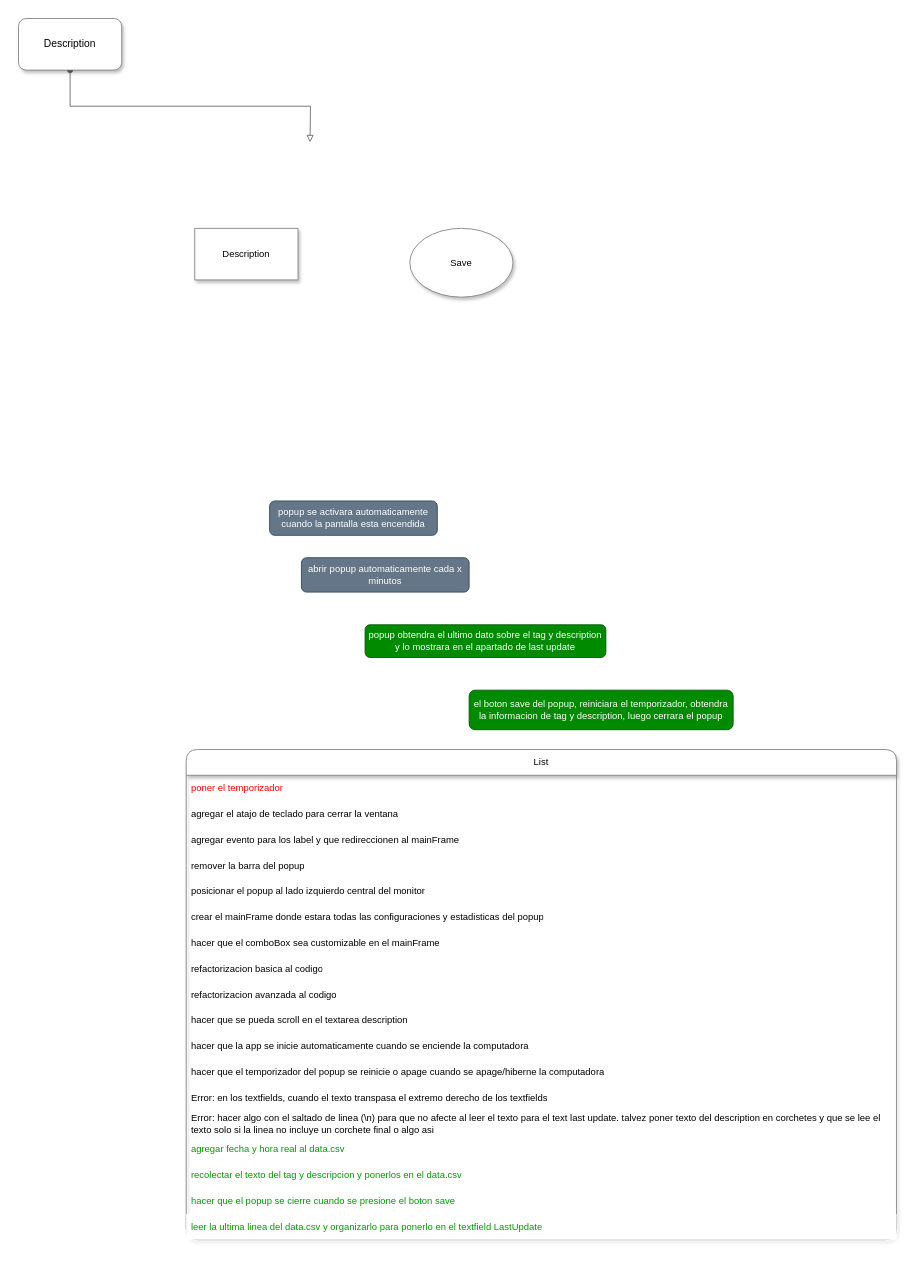
Earlier version of the draw.io diagram page "Page-1" (2 of 2) of Track your time diagram.drawio (GutengMorgen/Track-your-time). Source tidied: cells renumbered, new cells numbered last; positions are measured from the earlier drawing's top-left corner, leaving out a move shared by most shapes. Both pictures are drawn from the tidied source at 86%, with x=0, y=0 at pixel (18, 18).
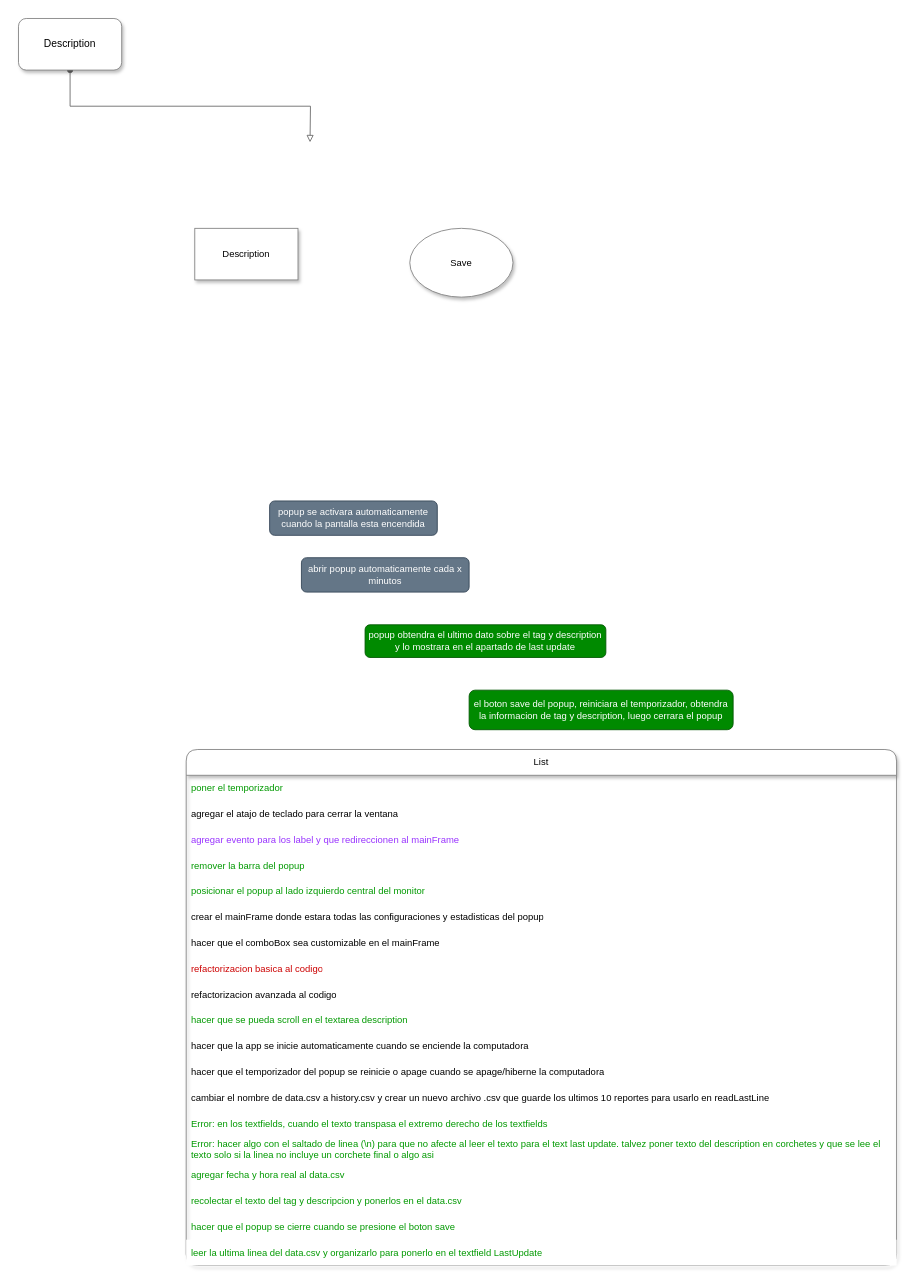
After the change.

Change to the diagram source:
```diff
@@
     <mxCell id="10" value="List" style="swimlane;fontStyle=0;horizontal=1;startSize=30;whiteSpace=wrap;html=1;rounded=1;shadow=1;strokeColor=#808080;fontFamily=Helvetica;fontSize=11;fontColor=default;fillColor=default;" parent="1" vertex="1">
-      <mxGeometry x="195" y="850" width="826" height="570" as="geometry" />
+      <mxGeometry x="195" y="850" width="826" height="600" as="geometry" />
     </mxCell>
-    <mxCell id="11" value="poner el temporizador" style="text;strokeColor=none;fillColor=none;align=left;verticalAlign=middle;spacingLeft=4;spacingRight=4;overflow=hidden;whiteSpace=wrap;html=1;fontSize=11;fontFamily=Helvetica;fontColor=#FF0000;" parent="10" vertex="1">
+    <mxCell id="11" value="poner el temporizador" style="text;strokeColor=none;fillColor=none;align=left;verticalAlign=middle;spacingLeft=4;spacingRight=4;overflow=hidden;whiteSpace=wrap;html=1;fontSize=11;fontFamily=Helvetica;fontColor=#009900;" parent="10" vertex="1">
       <mxGeometry y="30" width="826" height="30" as="geometry" />
     </mxCell>
@@
-    <mxCell id="13" value="agregar evento para los label y que redireccionen al mainFrame" style="text;strokeColor=none;fillColor=none;align=left;verticalAlign=middle;spacingLeft=4;spacingRight=4;overflow=hidden;whiteSpace=wrap;html=1;fontSize=11;fontFamily=Helvetica;fontColor=default;" parent="10" vertex="1">
+    <mxCell id="13" value="agregar evento para los label y que redireccionen al mainFrame" style="text;strokeColor=none;fillColor=none;align=left;verticalAlign=middle;spacingLeft=4;spacingRight=4;overflow=hidden;whiteSpace=wrap;html=1;fontSize=11;fontFamily=Helvetica;fontColor=#9933FF;" parent="10" vertex="1">
       <mxGeometry y="90" width="826" height="30" as="geometry" />
     </mxCell>
-    <mxCell id="14" value="remover la barra del popup" style="text;strokeColor=none;fillColor=none;align=left;verticalAlign=middle;spacingLeft=4;spacingRight=4;overflow=hidden;whiteSpace=wrap;html=1;fontSize=11;fontFamily=Helvetica;fontColor=default;" parent="10" vertex="1">
+    <mxCell id="14" value="remover la barra del popup" style="text;strokeColor=none;fillColor=none;align=left;verticalAlign=middle;spacingLeft=4;spacingRight=4;overflow=hidden;whiteSpace=wrap;html=1;fontSize=11;fontFamily=Helvetica;fontColor=#009900;" parent="10" vertex="1">
       <mxGeometry y="120" width="826" height="30" as="geometry" />
     </mxCell>
-    <mxCell id="15" value="posicionar el popup al lado izquierdo central del monitor" style="text;strokeColor=none;fillColor=none;align=left;verticalAlign=middle;spacingLeft=4;spacingRight=4;overflow=hidden;whiteSpace=wrap;html=1;fontSize=11;fontFamily=Helvetica;fontColor=default;" parent="10" vertex="1">
+    <mxCell id="15" value="posicionar el popup al lado izquierdo central del monitor" style="text;strokeColor=none;fillColor=none;align=left;verticalAlign=middle;spacingLeft=4;spacingRight=4;overflow=hidden;whiteSpace=wrap;html=1;fontSize=11;fontFamily=Helvetica;fontColor=#009900;" parent="10" vertex="1">
       <mxGeometry y="150" width="826" height="30" as="geometry" />
     </mxCell>
@@
-    <mxCell id="18" value="refactorizacion basica al codigo" style="text;strokeColor=none;fillColor=none;align=left;verticalAlign=middle;spacingLeft=4;spacingRight=4;overflow=hidden;whiteSpace=wrap;html=1;fontSize=11;fontFamily=Helvetica;fontColor=default;" parent="10" vertex="1">
+    <mxCell id="18" value="refactorizacion basica al codigo" style="text;strokeColor=none;fillColor=none;align=left;verticalAlign=middle;spacingLeft=4;spacingRight=4;overflow=hidden;whiteSpace=wrap;html=1;fontSize=11;fontFamily=Helvetica;fontColor=#CC0000;" parent="10" vertex="1">
       <mxGeometry y="240" width="826" height="30" as="geometry" />
     </mxCell>
@@
-    <mxCell id="20" value="hacer que se pueda scroll en el textarea description" style="text;strokeColor=none;fillColor=none;align=left;verticalAlign=middle;spacingLeft=4;spacingRight=4;overflow=hidden;whiteSpace=wrap;html=1;fontSize=11;fontFamily=Helvetica;fontColor=default;" parent="10" vertex="1">
+    <mxCell id="20" value="hacer que se pueda scroll en el textarea description" style="text;strokeColor=none;fillColor=none;align=left;verticalAlign=middle;spacingLeft=4;spacingRight=4;overflow=hidden;whiteSpace=wrap;html=1;fontSize=11;fontFamily=Helvetica;fontColor=#009900;" parent="10" vertex="1">
       <mxGeometry y="300" width="826" height="30" as="geometry" />
     </mxCell>
@@
+    <mxCell id="29" value="cambiar el nombre de data.csv a history.csv y crear un nuevo archivo .csv que guarde los ultimos 10 reportes para usarlo en readLastLine" style="text;strokeColor=none;fillColor=none;align=left;verticalAlign=middle;spacingLeft=4;spacingRight=4;overflow=hidden;whiteSpace=wrap;html=1;fontSize=11;fontFamily=Helvetica;fontColor=default;" parent="10" vertex="1">
+      <mxGeometry y="390" width="826" height="30" as="geometry" />
+    </mxCell>
-    <mxCell id="23" value="Error: en los textfields, cuando el texto transpasa el extremo derecho de los textfields" style="text;strokeColor=none;fillColor=none;align=left;verticalAlign=middle;spacingLeft=4;spacingRight=4;overflow=hidden;whiteSpace=wrap;html=1;fontSize=11;fontFamily=Helvetica;fontColor=default;" parent="10" vertex="1">
-      <mxGeometry y="390" width="826" height="30" as="geometry" />
+    <mxCell id="23" value="Error: en los textfields, cuando el texto transpasa el extremo derecho de los textfields" style="text;strokeColor=none;fillColor=none;align=left;verticalAlign=middle;spacingLeft=4;spacingRight=4;overflow=hidden;whiteSpace=wrap;html=1;fontSize=11;fontFamily=Helvetica;fontColor=#009900;" parent="10" vertex="1">
+      <mxGeometry y="420" width="826" height="30" as="geometry" />
     </mxCell>
-    <mxCell id="24" value="Error: hacer algo con el saltado de linea (\n) para que no afecte al leer el texto para el text last update. talvez poner texto del description en corchetes y que se lee el texto solo si la linea no incluye un corchete final o algo asi" style="text;strokeColor=none;fillColor=none;align=left;verticalAlign=middle;spacingLeft=4;spacingRight=4;overflow=hidden;whiteSpace=wrap;html=1;fontSize=11;fontFamily=Helvetica;fontColor=default;" parent="10" vertex="1">
-      <mxGeometry y="420" width="826" height="30" as="geometry" />
+    <mxCell id="24" value="Error: hacer algo con el saltado de linea (\n) para que no afecte al leer el texto para el text last update. talvez poner texto del description en corchetes y que se lee el texto solo si la linea no incluye un corchete final o algo asi" style="text;strokeColor=none;fillColor=none;align=left;verticalAlign=middle;spacingLeft=4;spacingRight=4;overflow=hidden;whiteSpace=wrap;html=1;fontSize=11;fontFamily=Helvetica;fontColor=#009900;" parent="10" vertex="1">
+      <mxGeometry y="450" width="826" height="30" as="geometry" />
     </mxCell>
     <mxCell id="25" value="agregar fecha y hora real al data.csv" style="text;strokeColor=none;fillColor=none;align=left;verticalAlign=middle;spacingLeft=4;spacingRight=4;overflow=hidden;whiteSpace=wrap;html=1;fontSize=11;fontFamily=Helvetica;fontColor=#009900;" parent="10" vertex="1">
-      <mxGeometry y="450" width="826" height="30" as="geometry" />
+      <mxGeometry y="480" width="826" height="30" as="geometry" />
     </mxCell>
     <mxCell id="26" value="recolectar el texto del tag y descripcion y ponerlos en el data.csv" style="text;strokeColor=none;fillColor=none;align=left;verticalAlign=middle;spacingLeft=4;spacingRight=4;overflow=hidden;whiteSpace=wrap;html=1;fontSize=11;fontFamily=Helvetica;fontColor=#009900;" parent="10" vertex="1">
-      <mxGeometry y="480" width="826" height="30" as="geometry" />
+      <mxGeometry y="510" width="826" height="30" as="geometry" />
     </mxCell>
     <mxCell id="27" value="hacer que el popup se cierre cuando se presione el boton save" style="text;strokeColor=none;fillColor=none;align=left;verticalAlign=middle;spacingLeft=4;spacingRight=4;overflow=hidden;whiteSpace=wrap;html=1;fontSize=11;fontFamily=Helvetica;fontColor=#009900;" parent="10" vertex="1">
-      <mxGeometry y="510" width="826" height="30" as="geometry" />
+      <mxGeometry y="540" width="826" height="30" as="geometry" />
     </mxCell>
     <mxCell id="28" value="leer la ultima linea del data.csv y organizarlo para ponerlo en el textfield LastUpdate" style="text;strokeColor=none;fillColor=default;align=left;verticalAlign=middle;spacingLeft=4;spacingRight=4;overflow=hidden;whiteSpace=wrap;html=1;fontSize=11;fontFamily=Helvetica;fontColor=#009900;fontStyle=0;" parent="10" vertex="1">
-      <mxGeometry y="540" width="826" height="30" as="geometry" />
+      <mxGeometry y="570" width="826" height="30" as="geometry" />
     </mxCell>
```
